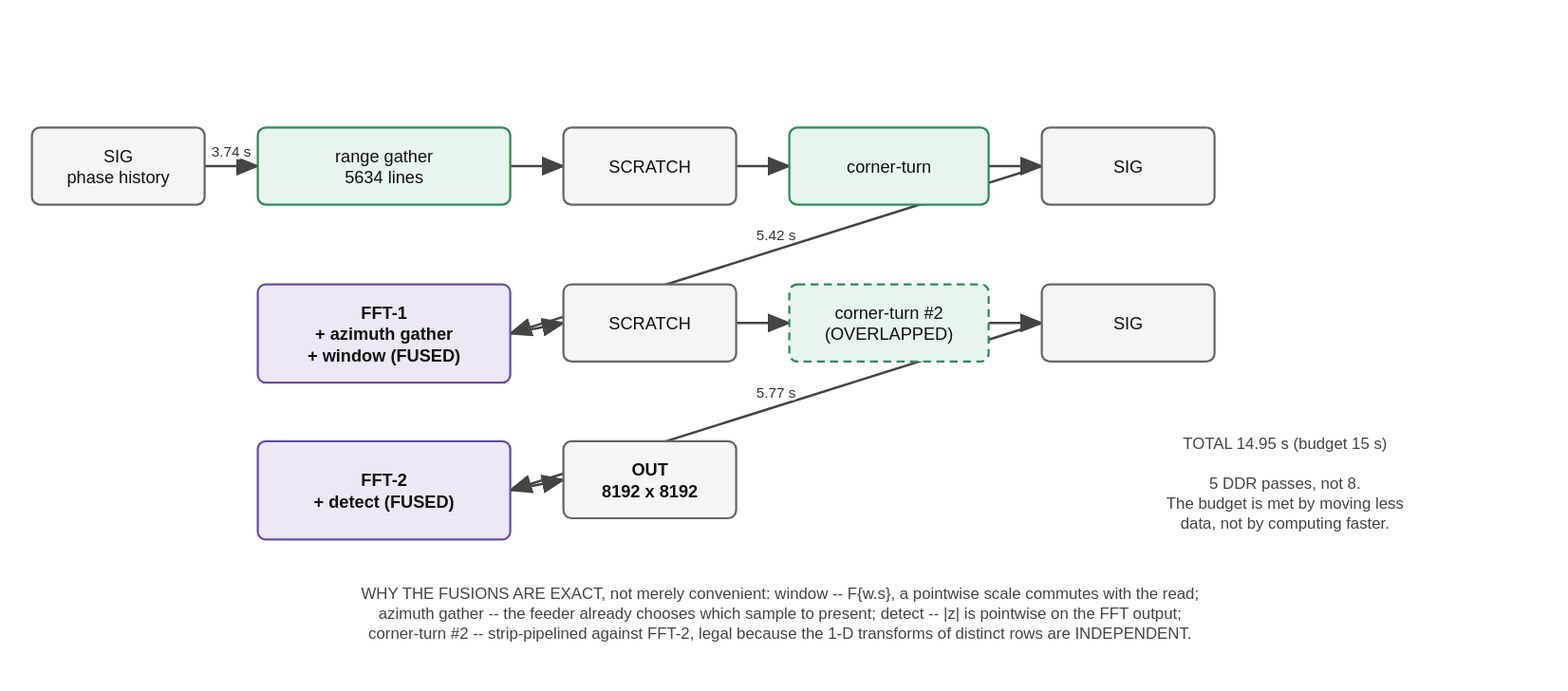
This is docs/slides/diagrams/fig-sar-dataflow.drawio.svg from futureproofbear/mpfs250t-sar-ifp, a draw.io export, as it was before one commit. Source tidied: cells renumbered, new cells last; positions are measured from the earlier drawing's top-left corner, leaving out a move shared by most shapes.
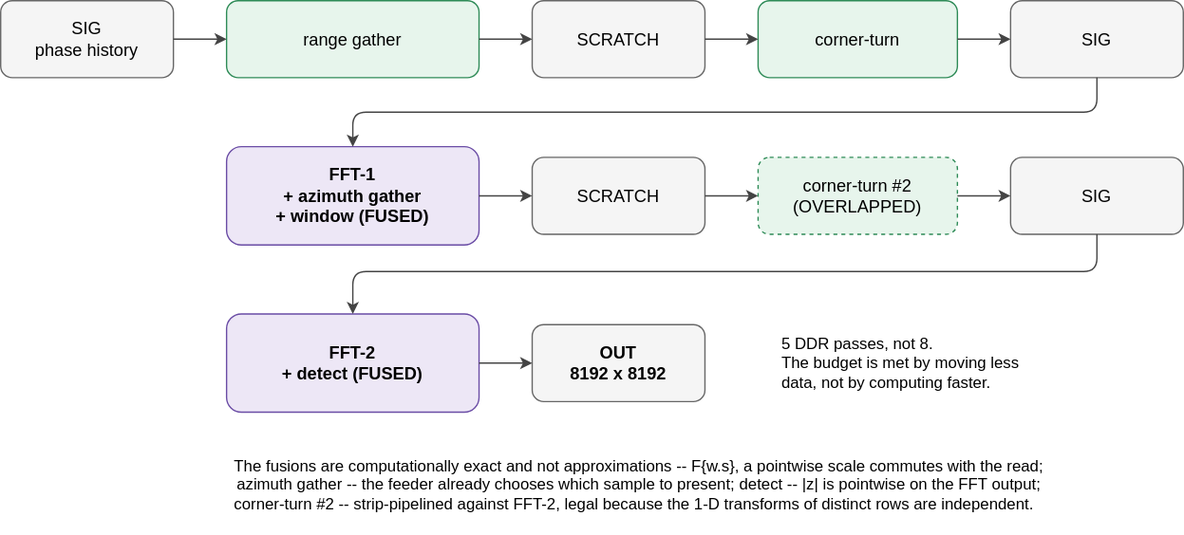
After the commit.

Commit message:
slides: the user's updated fig-sar-dataflow

Their draw.io revision of the as-built dataflow figure. Committed on request and before any further
regeneration, so the hand layout survives in history.

Change to the diagram source:
```diff
@@ -5,7 +5,7 @@
     <mxCell id="2" value="SIG&#10;phase history" style="rounded=1;whiteSpace=wrap;html=1;fillColor=#F5F5F5;strokeColor=#666666;fontSize=13;fontFamily=Helvetica;align=center;verticalAlign=middle;" parent="1" vertex="1">
       <mxGeometry width="130" height="58" as="geometry" />
     </mxCell>
-    <mxCell id="3" value="range gather&#10;5634 lines" style="rounded=1;whiteSpace=wrap;html=1;fillColor=#E7F5EC;strokeColor=#2E8B57;fontSize=13;fontFamily=Helvetica;align=center;verticalAlign=middle;" parent="1" vertex="1">
+    <mxCell id="3" value="range gather" style="rounded=1;whiteSpace=wrap;html=1;fillColor=#E7F5EC;strokeColor=#2E8B57;fontSize=13;fontFamily=Helvetica;align=center;verticalAlign=middle;" parent="1" vertex="1">
       <mxGeometry x="170" width="190" height="58" as="geometry" />
     </mxCell>
     <mxCell id="4" value="SCRATCH" style="rounded=1;whiteSpace=wrap;html=1;fillColor=#F5F5F5;strokeColor=#666666;fontSize=13;fontFamily=Helvetica;align=center;verticalAlign=middle;" parent="1" vertex="1">
@@ -18,7 +18,7 @@
       <mxGeometry x="760" width="130" height="58" as="geometry" />
     </mxCell>
     <mxCell id="7" value="FFT-1&#10;+ azimuth gather&#10;+ window   (FUSED)" style="rounded=1;whiteSpace=wrap;html=1;fillColor=#EDE7F6;strokeColor=#6A4CA5;fontSize=13;fontFamily=Helvetica;align=center;verticalAlign=middle;fontStyle=1;" parent="1" vertex="1">
-      <mxGeometry x="170" y="118" width="190" height="74" as="geometry" />
+      <mxGeometry x="170" y="110" width="190" height="74" as="geometry" />
     </mxCell>
     <mxCell id="8" value="SCRATCH" style="rounded=1;whiteSpace=wrap;html=1;fillColor=#F5F5F5;strokeColor=#666666;fontSize=13;fontFamily=Helvetica;align=center;verticalAlign=middle;" parent="1" vertex="1">
       <mxGeometry x="400" y="118" width="130" height="58" as="geometry" />
@@ -33,15 +33,15 @@
       <mxGeometry x="170" y="236" width="190" height="74" as="geometry" />
     </mxCell>
     <mxCell id="12" value="OUT&#10;8192 x 8192" style="rounded=1;whiteSpace=wrap;html=1;fillColor=#F5F5F5;strokeColor=#666666;fontSize=13;fontFamily=Helvetica;align=center;verticalAlign=middle;fontStyle=1;" parent="1" vertex="1">
-      <mxGeometry x="400" y="236" width="130" height="58" as="geometry" />
+      <mxGeometry x="400" y="244" width="130" height="58" as="geometry" />
     </mxCell>
-    <mxCell id="13" value="TOTAL 14.95 s   (budget 15 s)&#10;&#10;5 DDR passes, not 8.&#10;The budget is met by moving less&#10;data, not by computing faster." style="text;html=1;strokeColor=none;fillColor=none;align=center;verticalAlign=middle;fontSize=12;fontFamily=Helvetica;" parent="1" vertex="1">
-      <mxGeometry x="760" y="222" width="366" height="90" as="geometry" />
+    <mxCell id="13" value="&lt;div style=&quot;&quot;&gt;&lt;span style=&quot;background-color: transparent;&quot;&gt;&lt;font style=&quot;color: rgb(0, 0, 0);&quot;&gt;5 DDR passes, not 8.&lt;/font&gt;&lt;/span&gt;&lt;/div&gt;&lt;font style=&quot;color: rgb(0, 0, 0);&quot;&gt;The budget is met by moving less&lt;br&gt;data, not by computing faster.&lt;/font&gt;" style="text;html=1;strokeColor=none;fillColor=none;align=left;verticalAlign=middle;fontSize=12;fontFamily=Helvetica;" parent="1" vertex="1">
+      <mxGeometry x="586" y="228" width="230" height="90" as="geometry" />
     </mxCell>
-    <mxCell id="14" value="WHY THE FUSIONS ARE EXACT, not merely convenient:  window -- F{w.s}, a pointwise scale commutes with the read;&#10;azimuth gather -- the feeder already chooses which sample to present;  detect -- |z| is pointwise on the FFT output;&#10;corner-turn #2 -- strip-pipelined against FFT-2, legal because the 1-D transforms of distinct rows are INDEPENDENT." style="text;html=1;strokeColor=none;fillColor=none;align=center;verticalAlign=middle;fontSize=12;fontFamily=Helvetica;" parent="1" vertex="1">
-      <mxGeometry y="328" width="1126" height="74" as="geometry" />
+    <mxCell id="14" value="&lt;font style=&quot;color: rgb(0, 0, 0);&quot;&gt;The fusions are computationally exact and not approximations -- F{w.s}, a pointwise scale commutes with the read;&lt;br&gt;azimuth gather -- the feeder already chooses which sample to present;  detect -- |z| is pointwise on the FFT output;&lt;br&gt;&lt;/font&gt;&lt;div style=&quot;text-align: left;&quot;&gt;&lt;span style=&quot;background-color: transparent;&quot;&gt;&lt;font style=&quot;color: rgb(0, 0, 0);&quot;&gt;corner-turn #2 -- strip-pipelined against FFT-2, legal because the 1-D transforms of distinct rows are independent.&lt;/font&gt;&lt;/span&gt;&lt;/div&gt;" style="text;html=1;strokeColor=none;fillColor=none;align=center;verticalAlign=middle;fontSize=12;fontFamily=Helvetica;" parent="1" vertex="1">
+      <mxGeometry x="170" y="328" width="620" height="74" as="geometry" />
     </mxCell>
-    <mxCell id="15" value="3.74 s" style="edgeStyle=orthogonalEdgeStyle;rounded=1;html=1;fontSize=11;strokeColor=#444444;" parent="1" edge="1" source="2" target="3">
+    <mxCell id="15" style="edgeStyle=orthogonalEdgeStyle;rounded=1;html=1;fontSize=11;strokeColor=#444444;" parent="1" edge="1" source="2" target="3">
       <mxGeometry relative="1" as="geometry" />
     </mxCell>
     <mxCell id="16" style="edgeStyle=orthogonalEdgeStyle;rounded=1;html=1;fontSize=11;strokeColor=#444444;" parent="1" edge="1" source="3" target="4">
@@ -53,8 +53,13 @@
     <mxCell id="18" style="edgeStyle=orthogonalEdgeStyle;rounded=1;html=1;fontSize=11;strokeColor=#444444;" parent="1" edge="1" source="5" target="6">
       <mxGeometry relative="1" as="geometry" />
     </mxCell>
-    <mxCell id="19" value="5.42 s" style="edgeStyle=orthogonalEdgeStyle;rounded=1;html=1;fontSize=11;strokeColor=#444444;" parent="1" edge="1" source="6" target="7">
-      <mxGeometry relative="1" as="geometry" />
+    <mxCell id="19" style="edgeStyle=orthogonalEdgeStyle;rounded=1;html=1;fontSize=11;strokeColor=#444444;" parent="1" edge="1" source="6" target="7">
+      <mxGeometry relative="1" as="geometry">
+        <Array as="points">
+          <mxPoint x="825" y="84" />
+          <mxPoint x="265" y="84" />
+        </Array>
+      </mxGeometry>
     </mxCell>
     <mxCell id="20" style="edgeStyle=orthogonalEdgeStyle;rounded=1;html=1;fontSize=11;strokeColor=#444444;" parent="1" edge="1" source="7" target="8">
       <mxGeometry relative="1" as="geometry" />
@@ -65,8 +70,13 @@
     <mxCell id="22" style="edgeStyle=orthogonalEdgeStyle;rounded=1;html=1;fontSize=11;strokeColor=#444444;" parent="1" edge="1" source="9" target="10">
       <mxGeometry relative="1" as="geometry" />
     </mxCell>
-    <mxCell id="23" value="5.77 s" style="edgeStyle=orthogonalEdgeStyle;rounded=1;html=1;fontSize=11;strokeColor=#444444;" parent="1" edge="1" source="10" target="11">
-      <mxGeometry relative="1" as="geometry" />
+    <mxCell id="23" style="edgeStyle=orthogonalEdgeStyle;rounded=1;html=1;fontSize=11;strokeColor=#444444;" parent="1" edge="1" source="10" target="11">
+      <mxGeometry relative="1" as="geometry">
+        <Array as="points">
+          <mxPoint x="825" y="204" />
+          <mxPoint x="265" y="204" />
+        </Array>
+      </mxGeometry>
     </mxCell>
     <mxCell id="24" style="edgeStyle=orthogonalEdgeStyle;rounded=1;html=1;fontSize=11;strokeColor=#444444;" parent="1" edge="1" source="11" target="12">
       <mxGeometry relative="1" as="geometry" />
```
